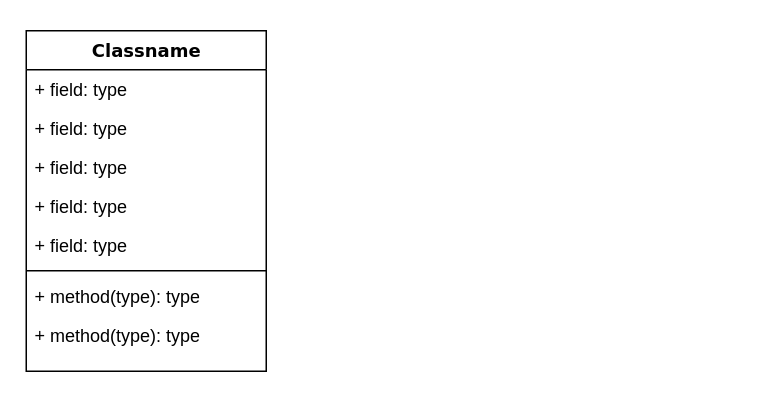
Before: Untitled Diagram.drawio in iago333dev/Database, a draw.io diagram. Source tidied: cells renumbered, new cells numbered last; positions are measured from the earlier drawing's top-left corner, leaving out a move shared by most shapes. Both pictures are drawn from the tidied source at 150%, with x=0, y=0 at pixel (26, 30).
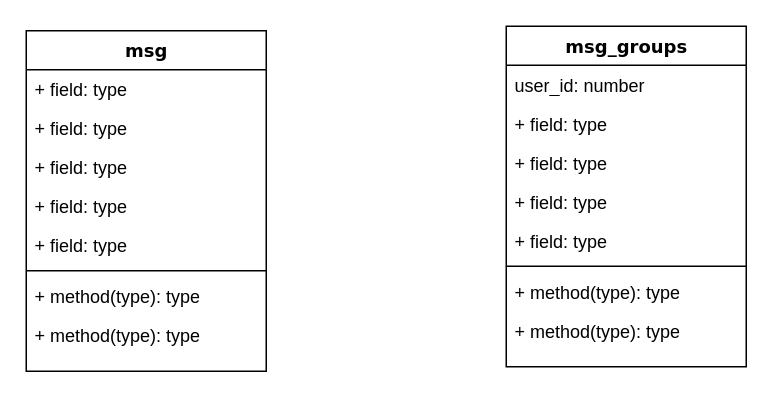
The same page after the edit.

Change to the diagram source:
```diff
@@
 <mxGraphModel background="#ffffff">
   <root>
     <mxCell id="0" />
     <mxCell id="1" parent="0" />
-    <mxCell id="2" value="Classname" style="swimlane;html=1;fontStyle=1;align=center;verticalAlign=top;horizontal=1;startSize=26;swimlaneFillColor=#ffffff;rounded=0;shadow=0;comic=0;labelBackgroundColor=none;strokeWidth=1;fillColor=none;fontFamily=Verdana;fontSize=12;" parent="1" vertex="1">
+    <mxCell id="2" value="msg" style="swimlane;html=1;fontStyle=1;align=center;verticalAlign=top;horizontal=1;startSize=26;swimlaneFillColor=#ffffff;rounded=0;shadow=0;comic=0;labelBackgroundColor=none;strokeWidth=1;fillColor=none;fontFamily=Verdana;fontSize=12;" parent="1" vertex="1">
       <mxGeometry width="160" height="227" as="geometry" />
     </mxCell>
     <mxCell id="3" value="+ field: type" style="text;html=1;strokeColor=none;fillColor=none;align=left;verticalAlign=top;spacingLeft=4;spacingRight=4;whiteSpace=wrap;overflow=hidden;" parent="2" vertex="1">
       <mxGeometry y="26" width="160" height="26" as="geometry" />
     </mxCell>
     <mxCell id="4" value="+ field: type" style="text;html=1;strokeColor=none;fillColor=none;align=left;verticalAlign=top;spacingLeft=4;spacingRight=4;whiteSpace=wrap;overflow=hidden;" parent="2" vertex="1">
       <mxGeometry y="52" width="160" height="26" as="geometry" />
     </mxCell>
     <mxCell id="5" value="+ field: type" style="text;html=1;strokeColor=none;fillColor=none;align=left;verticalAlign=top;spacingLeft=4;spacingRight=4;whiteSpace=wrap;overflow=hidden;" parent="2" vertex="1">
       <mxGeometry y="78" width="160" height="26" as="geometry" />
     </mxCell>
     <mxCell id="6" value="+ field: type" style="text;html=1;strokeColor=none;fillColor=none;align=left;verticalAlign=top;spacingLeft=4;spacingRight=4;whiteSpace=wrap;overflow=hidden;" parent="2" vertex="1">
       <mxGeometry y="104" width="160" height="26" as="geometry" />
     </mxCell>
     <mxCell id="7" value="+ field: type" style="text;html=1;strokeColor=none;fillColor=none;align=left;verticalAlign=top;spacingLeft=4;spacingRight=4;whiteSpace=wrap;overflow=hidden;" parent="2" vertex="1">
       <mxGeometry y="130" width="160" height="26" as="geometry" />
     </mxCell>
     <mxCell id="8" style="line;html=1;strokeWidth=1;fillColor=none;align=left;verticalAlign=middle;spacingTop=-1;spacingLeft=3;spacingRight=3;labelPosition=right;" parent="2" vertex="1">
       <mxGeometry y="156" width="160" height="8" as="geometry" />
     </mxCell>
     <mxCell id="9" value="+ method(type): type" style="text;html=1;strokeColor=none;fillColor=none;align=left;verticalAlign=top;spacingLeft=4;spacingRight=4;whiteSpace=wrap;overflow=hidden;" parent="2" vertex="1">
       <mxGeometry y="164" width="160" height="26" as="geometry" />
     </mxCell>
     <mxCell id="10" value="+ method(type): type" style="text;html=1;strokeColor=none;fillColor=none;align=left;verticalAlign=top;spacingLeft=4;spacingRight=4;whiteSpace=wrap;overflow=hidden;" parent="2" vertex="1">
       <mxGeometry y="190" width="160" height="26" as="geometry" />
     </mxCell>
+    <mxCell id="11" value="msg_groups" style="swimlane;html=1;fontStyle=1;align=center;verticalAlign=top;horizontal=1;startSize=26;swimlaneFillColor=#ffffff;rounded=0;shadow=0;comic=0;labelBackgroundColor=none;strokeWidth=1;fillColor=none;fontFamily=Verdana;fontSize=12;" parent="1" vertex="1">
+      <mxGeometry x="320" y="-3" width="160" height="227" as="geometry" />
+    </mxCell>
+    <mxCell id="12" value="user_id: number" style="text;html=1;strokeColor=none;fillColor=none;align=left;verticalAlign=top;spacingLeft=4;spacingRight=4;whiteSpace=wrap;overflow=hidden;" parent="11" vertex="1">
+      <mxGeometry y="26" width="160" height="26" as="geometry" />
+    </mxCell>
+    <mxCell id="13" value="+ field: type" style="text;html=1;strokeColor=none;fillColor=none;align=left;verticalAlign=top;spacingLeft=4;spacingRight=4;whiteSpace=wrap;overflow=hidden;" parent="11" vertex="1">
+      <mxGeometry y="52" width="160" height="26" as="geometry" />
+    </mxCell>
+    <mxCell id="14" value="+ field: type" style="text;html=1;strokeColor=none;fillColor=none;align=left;verticalAlign=top;spacingLeft=4;spacingRight=4;whiteSpace=wrap;overflow=hidden;" parent="11" vertex="1">
+      <mxGeometry y="78" width="160" height="26" as="geometry" />
+    </mxCell>
+    <mxCell id="15" value="+ field: type" style="text;html=1;strokeColor=none;fillColor=none;align=left;verticalAlign=top;spacingLeft=4;spacingRight=4;whiteSpace=wrap;overflow=hidden;" parent="11" vertex="1">
+      <mxGeometry y="104" width="160" height="26" as="geometry" />
+    </mxCell>
+    <mxCell id="16" value="+ field: type" style="text;html=1;strokeColor=none;fillColor=none;align=left;verticalAlign=top;spacingLeft=4;spacingRight=4;whiteSpace=wrap;overflow=hidden;" parent="11" vertex="1">
+      <mxGeometry y="130" width="160" height="26" as="geometry" />
+    </mxCell>
+    <mxCell id="17" style="line;html=1;strokeWidth=1;fillColor=none;align=left;verticalAlign=middle;spacingTop=-1;spacingLeft=3;spacingRight=3;labelPosition=right;" parent="11" vertex="1">
+      <mxGeometry y="156" width="160" height="8" as="geometry" />
+    </mxCell>
+    <mxCell id="18" value="+ method(type): type" style="text;html=1;strokeColor=none;fillColor=none;align=left;verticalAlign=top;spacingLeft=4;spacingRight=4;whiteSpace=wrap;overflow=hidden;" parent="11" vertex="1">
+      <mxGeometry y="164" width="160" height="26" as="geometry" />
+    </mxCell>
+    <mxCell id="19" value="+ method(type): type" style="text;html=1;strokeColor=none;fillColor=none;align=left;verticalAlign=top;spacingLeft=4;spacingRight=4;whiteSpace=wrap;overflow=hidden;" parent="11" vertex="1">
+      <mxGeometry y="190" width="160" height="26" as="geometry" />
+    </mxCell>
   </root>
 </mxGraphModel>
```
